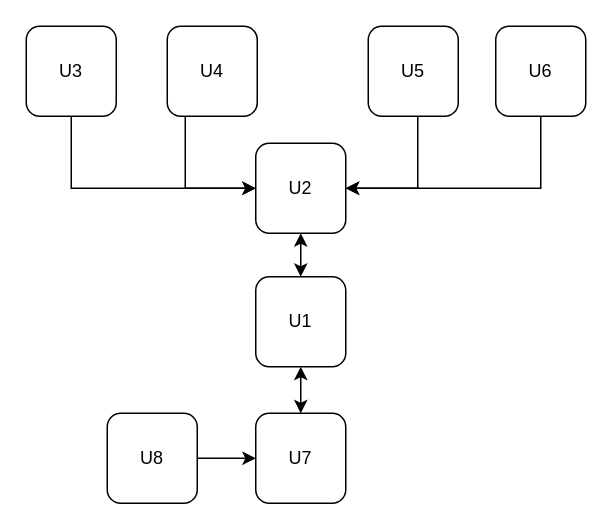
Before: patents/shore boat cooperation system/无人艇电路图的引脚连接关系.drawio in Xaviersfk/pictures-of-paper, a draw.io diagram. Source tidied: cells renumbered, new cells numbered last; positions are measured from the earlier drawing's top-left corner, leaving out a move shared by most shapes. Both pictures are drawn from the tidied source at 150%, with x=0, y=0 at pixel (26, 26).
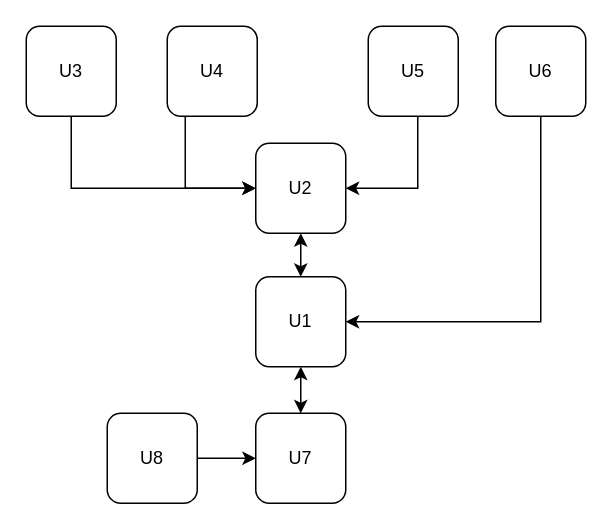
Above is the later version.

Commit message (it also covers changes not shown here):
更新无人艇电路图的引脚连接关系.drawio

The change refers to these unchanged cells:
```xml
<mxCell id="2" value="U2" style="rounded=1;whiteSpace=wrap;html=1;" parent="1" vertex="1">
  <mxGeometry x="153" y="78" width="60" height="60" as="geometry" />
</mxCell>
<mxCell id="3" value="U1" style="rounded=1;whiteSpace=wrap;html=1;" parent="1" vertex="1">
  <mxGeometry x="153" y="167" width="60" height="60" as="geometry" />
</mxCell>
<mxCell id="10" value="U6" style="rounded=1;whiteSpace=wrap;html=1;" parent="1" vertex="1">
  <mxGeometry x="313" width="60" height="60" as="geometry" />
</mxCell>
```

What changed in the source:
```diff
@@
-    <mxCell id="9" style="edgeStyle=orthogonalEdgeStyle;rounded=0;jettySize=auto;html=1;entryX=1;entryY=0.5;entryDx=0;entryDy=0;" parent="1" edge="1" source="10" target="2">
-      <mxGeometry relative="1" as="geometry">
-        <Array as="points">
-          <mxPoint x="343" y="108" />
-        </Array>
-      </mxGeometry>
-    </mxCell>
+    <mxCell id="17" style="edgeStyle=orthogonalEdgeStyle;rounded=0;jettySize=auto;html=1;entryX=1;entryY=0.5;entryDx=0;entryDy=0;" parent="1" edge="1" source="10" target="3">
+      <mxGeometry relative="1" as="geometry">
+        <Array as="points">
+          <mxPoint x="343" y="197" />
+        </Array>
+      </mxGeometry>
+    </mxCell>
```
